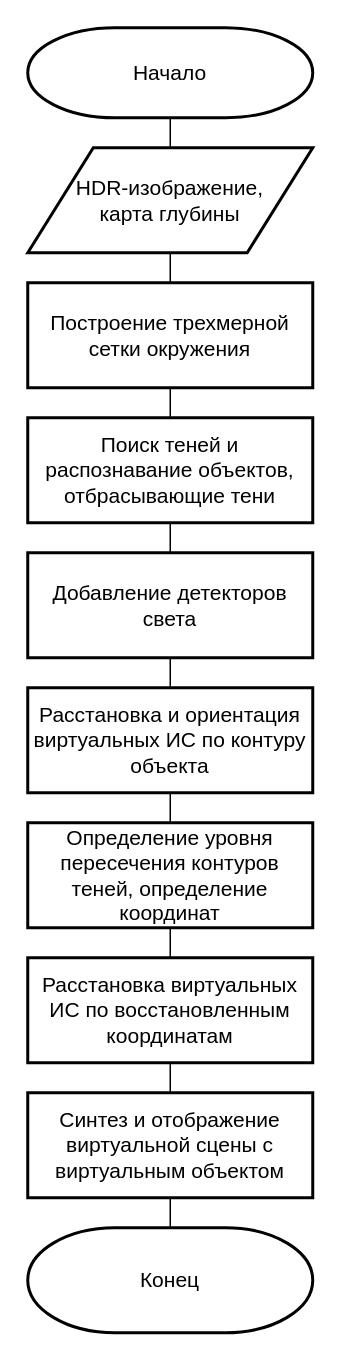
The draw.io diagram nir/tex/inc/img/HDR_Method.drawio in Yokud/bmstu_bachelors_diploma, before the edit. Source tidied: cells renumbered, new cells numbered last; positions are measured from the earlier drawing's top-left corner, leaving out a move shared by most shapes. Both pictures are drawn from the tidied source at 150%, with x=0, y=0 at pixel (27, 27).
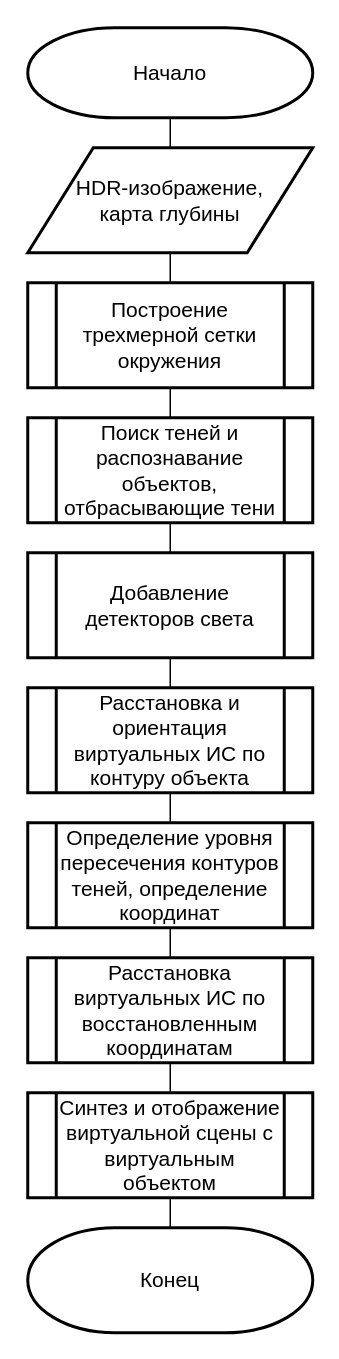
The same page after the edit.

The edit, as a diff of the source:
```diff
@@
-    <mxCell id="3" value="&lt;font style=&quot;font-size: 14px;&quot;&gt;Поиск теней и распознавание объектов, отбрасывающие тени&lt;/font&gt;" style="rounded=0;whiteSpace=wrap;html=1;absoluteArcSize=1;arcSize=14;strokeWidth=2;" parent="1" vertex="1">
+    <mxCell id="3" value="&lt;font style=&quot;font-size: 14px;&quot;&gt;Поиск теней и распознавание объектов, отбрасывающие тени&lt;/font&gt;" style="shape=process;whiteSpace=wrap;html=1;backgroundOutline=1;rounded=0;strokeWidth=2;" parent="1" vertex="1">
       <mxGeometry y="260" width="190" height="70" as="geometry" />
     </mxCell>
@@
-    <mxCell id="9" value="&lt;font style=&quot;font-size: 14px;&quot;&gt;Построение трехмерной сетки окружения&lt;/font&gt;" style="rounded=0;whiteSpace=wrap;html=1;absoluteArcSize=1;arcSize=14;strokeWidth=2;" parent="1" vertex="1">
+    <mxCell id="9" value="&lt;font style=&quot;font-size: 14px;&quot;&gt;Построение трехмерной сетки окружения&lt;/font&gt;" style="shape=process;whiteSpace=wrap;html=1;backgroundOutline=1;rounded=0;strokeWidth=2;" parent="1" vertex="1">
       <mxGeometry y="170" width="190" height="70" as="geometry" />
     </mxCell>
@@
-    <mxCell id="11" value="&lt;font style=&quot;font-size: 14px;&quot;&gt;Добавление детекторов света&lt;/font&gt;" style="rounded=0;whiteSpace=wrap;html=1;absoluteArcSize=1;arcSize=14;strokeWidth=2;" parent="1" vertex="1">
+    <mxCell id="11" value="&lt;font style=&quot;font-size: 14px;&quot;&gt;Добавление детекторов света&lt;/font&gt;" style="shape=process;whiteSpace=wrap;html=1;backgroundOutline=1;rounded=0;strokeWidth=2;" parent="1" vertex="1">
       <mxGeometry y="350" width="190" height="70" as="geometry" />
     </mxCell>
-    <mxCell id="12" value="&lt;font style=&quot;font-size: 14px;&quot;&gt;Расстановка и ориентация виртуальных ИС по контуру объекта&lt;/font&gt;" style="rounded=0;whiteSpace=wrap;html=1;absoluteArcSize=1;arcSize=14;strokeWidth=2;" parent="1" vertex="1">
+    <mxCell id="12" value="&lt;font style=&quot;font-size: 14px;&quot;&gt;Расстановка и ориентация виртуальных ИС по контуру объекта&lt;/font&gt;" style="shape=process;whiteSpace=wrap;html=1;backgroundOutline=1;rounded=0;strokeWidth=2;" parent="1" vertex="1">
       <mxGeometry y="440" width="190" height="70" as="geometry" />
     </mxCell>
@@
-    <mxCell id="15" value="&lt;font style=&quot;font-size: 14px;&quot;&gt;Определение уровня пересечения контуров теней, определение координат&lt;/font&gt;" style="rounded=0;whiteSpace=wrap;html=1;absoluteArcSize=1;arcSize=14;strokeWidth=2;" parent="1" vertex="1">
+    <mxCell id="15" value="&lt;font style=&quot;font-size: 14px;&quot;&gt;Определение уровня пересечения контуров теней, определение координат&lt;/font&gt;" style="shape=process;whiteSpace=wrap;html=1;backgroundOutline=1;rounded=0;strokeWidth=2;" parent="1" vertex="1">
       <mxGeometry y="530" width="190" height="70" as="geometry" />
     </mxCell>
@@
-    <mxCell id="17" value="&lt;font style=&quot;font-size: 14px;&quot;&gt;Расстановка виртуальных ИС по восстановленным координатам&lt;/font&gt;" style="rounded=0;whiteSpace=wrap;html=1;absoluteArcSize=1;arcSize=14;strokeWidth=2;" parent="1" vertex="1">
+    <mxCell id="17" value="&lt;font style=&quot;font-size: 14px;&quot;&gt;Расстановка виртуальных ИС по восстановленным координатам&lt;/font&gt;" style="shape=process;whiteSpace=wrap;html=1;backgroundOutline=1;rounded=0;strokeWidth=2;" parent="1" vertex="1">
       <mxGeometry y="620" width="190" height="70" as="geometry" />
     </mxCell>
@@
-    <mxCell id="19" value="&lt;font style=&quot;font-size: 14px;&quot;&gt;Синтез и отображение виртуальной сцены с виртуальным объектом&lt;/font&gt;" style="rounded=0;whiteSpace=wrap;html=1;absoluteArcSize=1;arcSize=14;strokeWidth=2;" parent="1" vertex="1">
+    <mxCell id="19" value="&lt;font style=&quot;font-size: 14px;&quot;&gt;Синтез и отображение виртуальной сцены с виртуальным объектом&lt;/font&gt;" style="shape=process;whiteSpace=wrap;html=1;backgroundOutline=1;rounded=0;strokeWidth=2;" parent="1" vertex="1">
       <mxGeometry y="710" width="190" height="70" as="geometry" />
     </mxCell>
```
